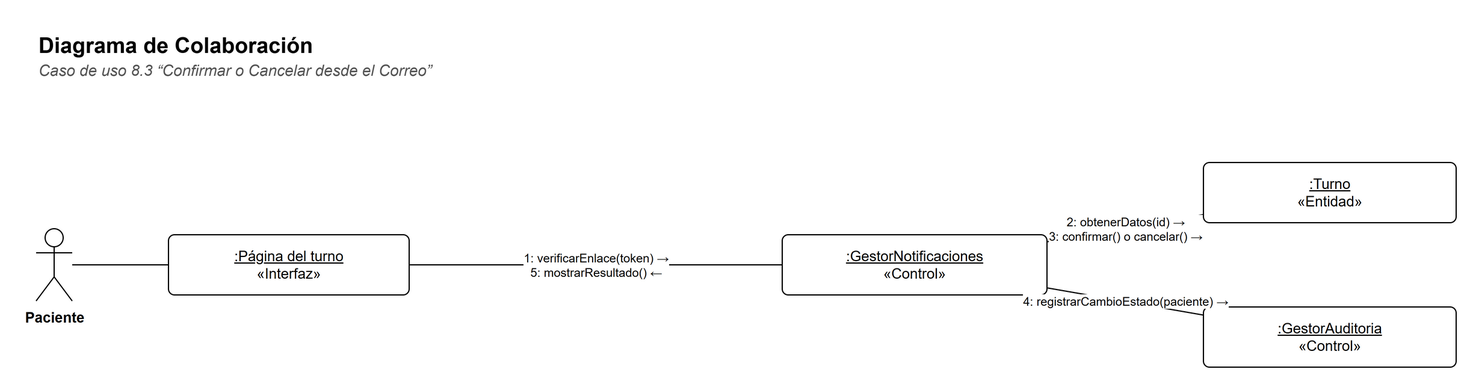
This is docs/diagramas/colaboracion-8-3.png from Matiglorioso/kineturnos, a draw.io export, as it was before one commit. Source tidied: cells renumbered, new cells last; positions are measured from the earlier drawing's top-left corner, leaving out a move shared by most shapes.
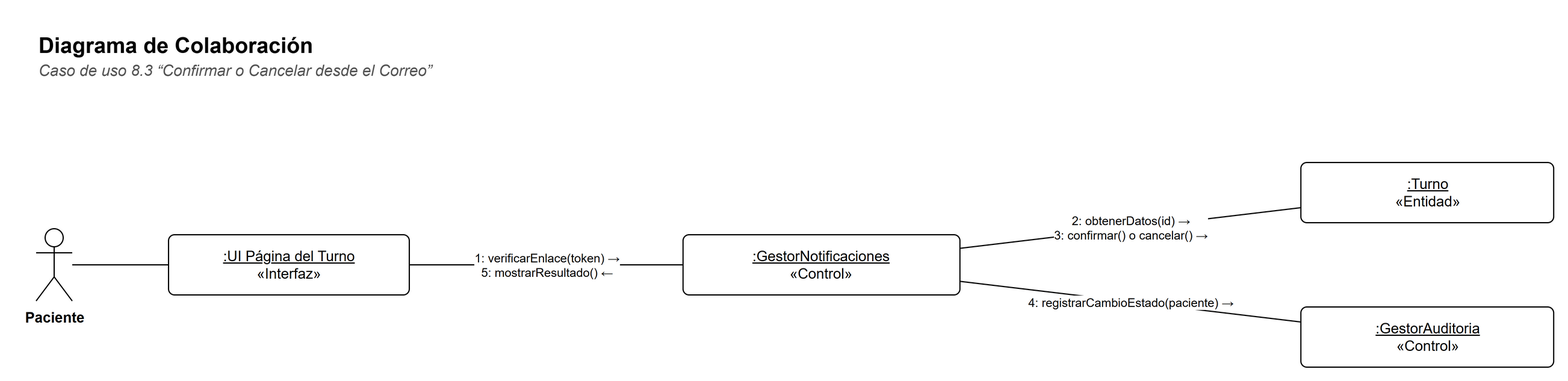
After the change.

The edit, as a diff of the source:
```diff
@@ -11,17 +11,17 @@
     <mxCell id="4" value="Paciente" style="shape=umlActor;verticalLabelPosition=bottom;verticalAlign=top;html=1;outlineConnect=0;fillColor=#FFFFFF;strokeColor=#000000;fontFamily=Helvetica;fontSize=12;fontStyle=1;" parent="1" vertex="1">
       <mxGeometry y="170" width="30" height="60" as="geometry" />
     </mxCell>
-    <mxCell id="5" value="&lt;u&gt;:Página del turno&lt;/u&gt;&lt;br&gt;«Interfaz»" style="rounded=0;whiteSpace=wrap;html=1;fillColor=#FFFFFF;strokeColor=#000000;fontFamily=Helvetica;fontSize=12;rounded=1;arcSize=10;" parent="1" vertex="1">
+    <mxCell id="5" value="&lt;u&gt;:UI Página del Turno&lt;/u&gt;&lt;br&gt;«Interfaz»" style="rounded=0;whiteSpace=wrap;html=1;fillColor=#FFFFFF;strokeColor=#000000;fontFamily=Helvetica;fontSize=12;rounded=1;arcSize=10;" parent="1" vertex="1">
       <mxGeometry x="110" y="175" width="200" height="50" as="geometry" />
     </mxCell>
     <mxCell id="6" value="&lt;u&gt;:GestorNotificaciones&lt;/u&gt;&lt;br&gt;«Control»" style="rounded=0;whiteSpace=wrap;html=1;fillColor=#FFFFFF;strokeColor=#000000;fontFamily=Helvetica;fontSize=12;rounded=1;arcSize=10;" parent="1" vertex="1">
-      <mxGeometry x="620" y="175" width="220" height="50" as="geometry" />
+      <mxGeometry x="537.4" y="175" width="230" height="50" as="geometry" />
     </mxCell>
     <mxCell id="7" value="&lt;u&gt;:Turno&lt;/u&gt;&lt;br&gt;«Entidad»" style="rounded=0;whiteSpace=wrap;html=1;fillColor=#FFFFFF;strokeColor=#000000;fontFamily=Helvetica;fontSize=12;rounded=1;arcSize=10;" parent="1" vertex="1">
-      <mxGeometry x="970" y="115" width="210" height="50" as="geometry" />
+      <mxGeometry x="1050.6" y="115" width="210" height="50" as="geometry" />
     </mxCell>
     <mxCell id="8" value="&lt;u&gt;:GestorAuditoria&lt;/u&gt;&lt;br&gt;«Control»" style="rounded=0;whiteSpace=wrap;html=1;fillColor=#FFFFFF;strokeColor=#000000;fontFamily=Helvetica;fontSize=12;rounded=1;arcSize=10;" parent="1" vertex="1">
-      <mxGeometry x="970" y="235" width="210" height="50" as="geometry" />
+      <mxGeometry x="1050.6" y="235" width="210" height="50" as="geometry" />
     </mxCell>
     <mxCell id="9" style="edgeStyle=none;html=1;endArrow=none;endFill=0;strokeColor=#000000;fontFamily=Helvetica;fontSize=11;labelBackgroundColor=#FFFFFF;" parent="1" edge="1" source="4" target="5">
       <mxGeometry relative="1" as="geometry" />
```
